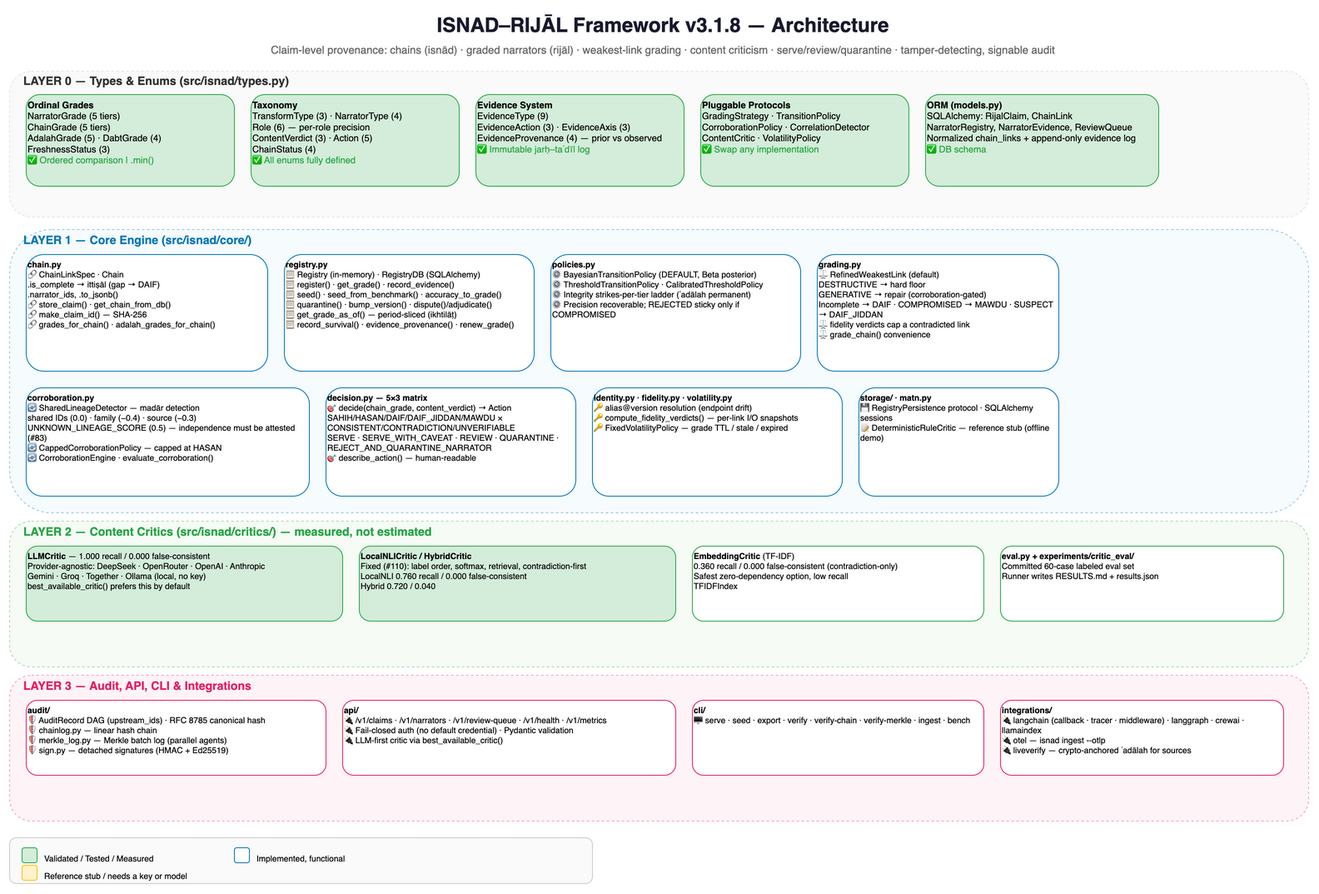
Above: docs/images/architecture.png in alizahidraja/isnad (draw.io), before the change. Source tidied: cells renumbered, new cells last; positions are measured from the earlier drawing's top-left corner, leaving out a move shared by most shapes.
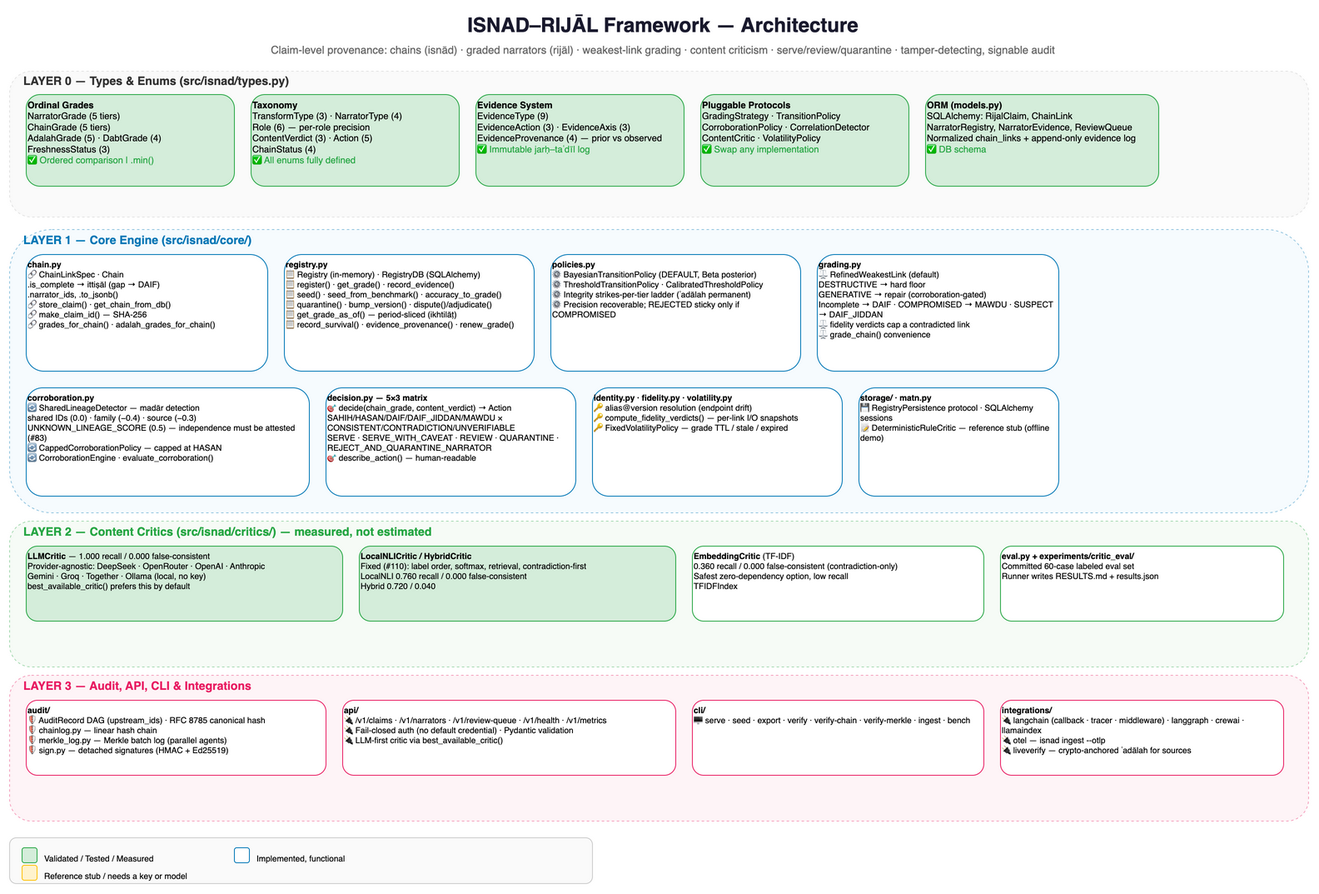
The same diagram one commit later.

Commit message:
docs: drop version label and test count from architecture diagram

Change to the diagram source:
```diff
@@ -2,7 +2,7 @@
   <root>
     <mxCell id="0" />
     <mxCell id="1" parent="0" />
-    <mxCell id="2" value="ISNAD–RIJĀL Framework v3.1.8 — Architecture" style="text;html=1;strokeColor=none;fillColor=none;align=center;verticalAlign=middle;whiteSpace=wrap;rounded=0;fontSize=24;fontStyle=1;fontColor=#1a1a2e;" parent="1" vertex="1">
+    <mxCell id="2" value="ISNAD–RIJĀL Framework — Architecture" style="text;html=1;strokeColor=none;fillColor=none;align=center;verticalAlign=middle;whiteSpace=wrap;rounded=0;fontSize=24;fontStyle=1;fontColor=#1a1a2e;" parent="1" vertex="1">
       <mxGeometry x="310" width="950" height="40" as="geometry" />
     </mxCell>
     <mxCell id="3" value="Claim-level provenance: chains (isnād) · graded narrators (rijāl) · weakest-link grading · content criticism · serve/review/quarantine · tamper-detecting, signable audit" style="text;html=1;strokeColor=none;fillColor=none;align=center;verticalAlign=middle;whiteSpace=wrap;rounded=0;fontSize=13;fontColor=#666666;" parent="1" vertex="1">
```
